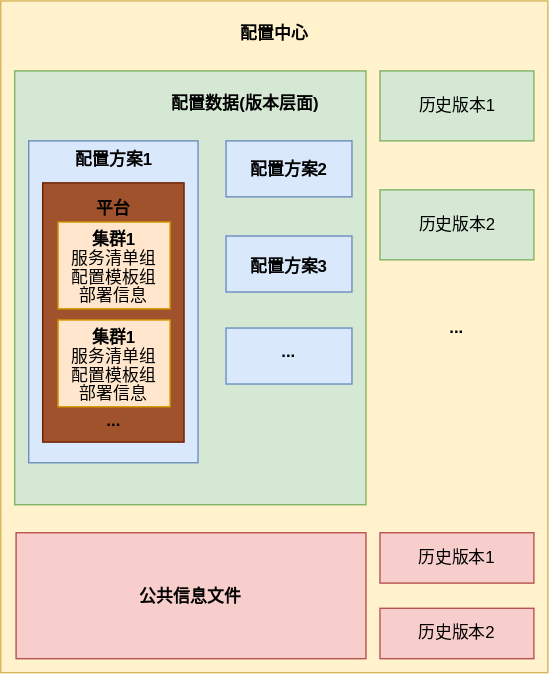
Above: docs/需求规格说明书/svg/信息层级v3.1.svg in dalgorithm-bastar/configer (draw.io), before the change. Source tidied: cells renumbered, new cells last; positions are measured from the earlier drawing's top-left corner, leaving out a move shared by most shapes. The source it was exported from:
```xml
<mxGraphModel>
  <root>
    <mxCell id="0" />
    <mxCell id="1" parent="0" />
    <mxCell id="2" style="html=1;fillColor=#fff2cc;strokeColor=#d6b656;" parent="1" vertex="1">
      <mxGeometry width="391" height="480" as="geometry" />
    </mxCell>
    <mxCell id="3" style="html=1;fillColor=#d5e8d4;strokeColor=#82b366;" parent="1" vertex="1">
      <mxGeometry x="10" y="50" width="251" height="310" as="geometry" />
    </mxCell>
    <mxCell id="4" style="html=1;fillColor=#dae8fc;strokeColor=#6c8ebf;" parent="1" vertex="1">
      <mxGeometry x="20" y="100" width="121" height="230" as="geometry" />
    </mxCell>
    <mxCell id="5" style="html=1;fillColor=#a0522d;strokeColor=#6D1F00;fontColor=#ffffff;" parent="1" vertex="1">
      <mxGeometry x="30" y="130" width="101" height="185.2" as="geometry" />
    </mxCell>
    <mxCell id="6" style="html=1;fillColor=#ffe6cc;strokeColor=#d79b00;" parent="1" vertex="1">
      <mxGeometry x="41" y="158" width="80" height="62" as="geometry" />
    </mxCell>
    <mxCell id="7" value="..." style="text;align=center;fontStyle=1;verticalAlign=middle;spacingLeft=3;spacingRight=3;strokeColor=none;" parent="1" vertex="1">
      <mxGeometry x="41" y="289.2" width="80" height="20" as="geometry" />
    </mxCell>
    <mxCell id="8" value="配置方案1" style="text;align=center;fontStyle=1;verticalAlign=middle;spacingLeft=3;spacingRight=3;strokeColor=none;" parent="1" vertex="1">
      <mxGeometry x="41" y="100" width="80" height="26" as="geometry" />
    </mxCell>
    <mxCell id="9" value="配置数据(版本层面)" style="text;align=center;fontStyle=1;verticalAlign=middle;spacingLeft=3;spacingRight=3;strokeColor=none;" parent="1" vertex="1">
      <mxGeometry x="135" y="60" width="80" height="26" as="geometry" />
    </mxCell>
    <mxCell id="10" style="html=1;fillColor=#dae8fc;strokeColor=#6c8ebf;" parent="1" vertex="1">
      <mxGeometry x="161" y="100" width="90" height="40" as="geometry" />
    </mxCell>
    <mxCell id="11" value="配置方案2" style="text;align=center;fontStyle=1;verticalAlign=middle;spacingLeft=3;spacingRight=3;strokeColor=none;" parent="1" vertex="1">
      <mxGeometry x="176" y="107" width="60" height="26" as="geometry" />
    </mxCell>
    <mxCell id="12" style="html=1;fillColor=#dae8fc;strokeColor=#6c8ebf;" parent="1" vertex="1">
      <mxGeometry x="161" y="168" width="90" height="40" as="geometry" />
    </mxCell>
    <mxCell id="13" style="html=1;fillColor=#dae8fc;strokeColor=#6c8ebf;" parent="1" vertex="1">
      <mxGeometry x="161" y="233.8" width="90" height="40" as="geometry" />
    </mxCell>
    <mxCell id="14" value="配置方案3" style="text;align=center;fontStyle=1;verticalAlign=middle;spacingLeft=3;spacingRight=3;strokeColor=none;" parent="1" vertex="1">
      <mxGeometry x="176" y="177.5" width="60" height="23" as="geometry" />
    </mxCell>
    <mxCell id="15" value="..." style="text;align=center;fontStyle=1;verticalAlign=middle;spacingLeft=3;spacingRight=3;strokeColor=none;" parent="1" vertex="1">
      <mxGeometry x="171" y="238.5" width="70" height="23" as="geometry" />
    </mxCell>
    <mxCell id="16" value="配置中心" style="text;align=center;fontStyle=1;verticalAlign=middle;spacingLeft=3;spacingRight=3;strokeColor=none;" parent="1" vertex="1">
      <mxGeometry x="155.5" y="10" width="80" height="26" as="geometry" />
    </mxCell>
    <mxCell id="17" value="历史版本1" style="html=1;fillColor=#d5e8d4;strokeColor=#82b366;" parent="1" vertex="1">
      <mxGeometry x="271" y="50" width="110" height="50" as="geometry" />
    </mxCell>
    <mxCell id="18" value="历史版本2" style="html=1;fillColor=#d5e8d4;strokeColor=#82b366;" parent="1" vertex="1">
      <mxGeometry x="271" y="135" width="110" height="50" as="geometry" />
    </mxCell>
    <mxCell id="19" value="..." style="text;align=center;fontStyle=1;verticalAlign=middle;spacingLeft=3;spacingRight=3;strokeColor=none;" parent="1" vertex="1">
      <mxGeometry x="286" y="220" width="80" height="26" as="geometry" />
    </mxCell>
    <mxCell id="20" style="rounded=0;whiteSpace=wrap;html=1;fillColor=#f8cecc;strokeColor=#b85450;" parent="1" vertex="1">
      <mxGeometry x="11" y="380" width="250" height="90" as="geometry" />
    </mxCell>
    <mxCell id="21" value="公共信息文件" style="text;align=center;fontStyle=1;verticalAlign=middle;spacingLeft=3;spacingRight=3;strokeColor=none;" parent="1" vertex="1">
      <mxGeometry x="81" y="412" width="110" height="26" as="geometry" />
    </mxCell>
    <mxCell id="22" value="集群1" style="text;align=center;fontStyle=1;verticalAlign=middle;spacingLeft=3;spacingRight=3;strokeColor=none;" parent="1" vertex="1">
      <mxGeometry x="41" y="158" width="80" height="24" as="geometry" />
    </mxCell>
    <mxCell id="23" value="服务清单组" style="text;align=center;fontStyle=0;verticalAlign=middle;spacingLeft=3;spacingRight=3;strokeColor=none;" parent="1" vertex="1">
      <mxGeometry x="41" y="171.8" width="80" height="24" as="geometry" />
    </mxCell>
    <mxCell id="24" value="配置模板组" style="text;align=center;fontStyle=0;verticalAlign=middle;spacingLeft=3;spacingRight=3;strokeColor=none;" parent="1" vertex="1">
      <mxGeometry x="41" y="185" width="80" height="24" as="geometry" />
    </mxCell>
    <mxCell id="25" value="历史版本1" style="rounded=0;whiteSpace=wrap;html=1;fillColor=#f8cecc;strokeColor=#b85450;" parent="1" vertex="1">
      <mxGeometry x="271" y="380" width="110" height="36" as="geometry" />
    </mxCell>
    <mxCell id="26" value="历史版本2" style="rounded=0;whiteSpace=wrap;html=1;fillColor=#f8cecc;strokeColor=#b85450;" parent="1" vertex="1">
      <mxGeometry x="271" y="434" width="110" height="36" as="geometry" />
    </mxCell>
    <mxCell id="27" value="部署信息" style="text;align=center;fontStyle=0;verticalAlign=middle;spacingLeft=3;spacingRight=3;strokeColor=none;" parent="1" vertex="1">
      <mxGeometry x="41" y="198.2" width="80" height="24" as="geometry" />
    </mxCell>
    <mxCell id="28" style="html=1;fillColor=#ffe6cc;strokeColor=#d79b00;" parent="1" vertex="1">
      <mxGeometry x="41" y="228" width="80" height="62" as="geometry" />
    </mxCell>
    <mxCell id="29" value="集群1" style="text;align=center;fontStyle=1;verticalAlign=middle;spacingLeft=3;spacingRight=3;strokeColor=none;" parent="1" vertex="1">
      <mxGeometry x="41" y="228" width="80" height="24" as="geometry" />
    </mxCell>
    <mxCell id="30" value="服务清单组" style="text;align=center;fontStyle=0;verticalAlign=middle;spacingLeft=3;spacingRight=3;strokeColor=none;" parent="1" vertex="1">
      <mxGeometry x="41" y="241.8" width="80" height="24" as="geometry" />
    </mxCell>
    <mxCell id="31" value="配置模板组" style="text;align=center;fontStyle=0;verticalAlign=middle;spacingLeft=3;spacingRight=3;strokeColor=none;" parent="1" vertex="1">
      <mxGeometry x="41" y="255" width="80" height="24" as="geometry" />
    </mxCell>
    <mxCell id="32" value="部署信息" style="text;align=center;fontStyle=0;verticalAlign=middle;spacingLeft=3;spacingRight=3;strokeColor=none;" parent="1" vertex="1">
      <mxGeometry x="41" y="268.2" width="80" height="24" as="geometry" />
    </mxCell>
    <mxCell id="33" value="平台" style="text;align=center;fontStyle=1;verticalAlign=middle;spacingLeft=3;spacingRight=3;strokeColor=none;" parent="1" vertex="1">
      <mxGeometry x="40.5" y="135" width="80" height="26" as="geometry" />
    </mxCell>
  </root>
</mxGraphModel>
```
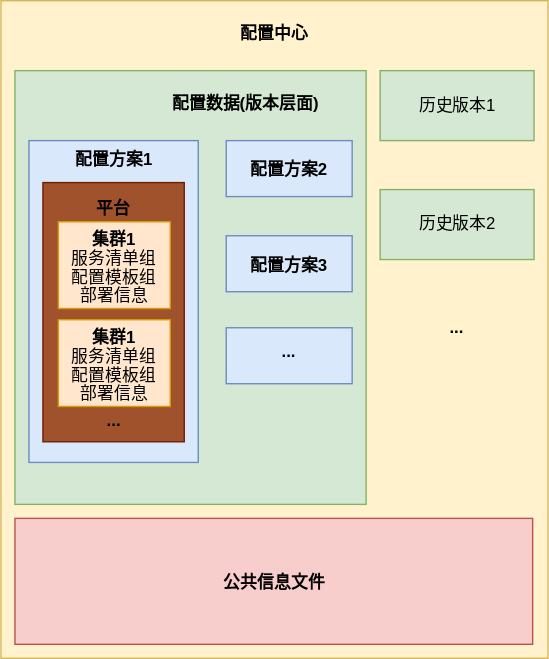
Later version of the same file.

What changed in the source:
```diff
@@ -3,7 +3,7 @@
     <mxCell id="0" />
     <mxCell id="1" parent="0" />
     <mxCell id="2" style="html=1;fillColor=#fff2cc;strokeColor=#d6b656;" parent="1" vertex="1">
-      <mxGeometry width="391" height="480" as="geometry" />
+      <mxGeometry width="391" height="470" as="geometry" />
     </mxCell>
     <mxCell id="3" style="html=1;fillColor=#d5e8d4;strokeColor=#82b366;" parent="1" vertex="1">
       <mxGeometry x="10" y="50" width="251" height="310" as="geometry" />
@@ -57,10 +57,10 @@
       <mxGeometry x="286" y="220" width="80" height="26" as="geometry" />
     </mxCell>
     <mxCell id="20" style="rounded=0;whiteSpace=wrap;html=1;fillColor=#f8cecc;strokeColor=#b85450;" parent="1" vertex="1">
-      <mxGeometry x="11" y="380" width="250" height="90" as="geometry" />
+      <mxGeometry x="10" y="370" width="370" height="90" as="geometry" />
     </mxCell>
     <mxCell id="21" value="公共信息文件" style="text;align=center;fontStyle=1;verticalAlign=middle;spacingLeft=3;spacingRight=3;strokeColor=none;" parent="1" vertex="1">
-      <mxGeometry x="81" y="412" width="110" height="26" as="geometry" />
+      <mxGeometry x="141" y="402" width="110" height="26" as="geometry" />
     </mxCell>
     <mxCell id="22" value="集群1" style="text;align=center;fontStyle=1;verticalAlign=middle;spacingLeft=3;spacingRight=3;strokeColor=none;" parent="1" vertex="1">
       <mxGeometry x="41" y="158" width="80" height="24" as="geometry" />
@@ -71,12 +71,6 @@
     <mxCell id="24" value="配置模板组" style="text;align=center;fontStyle=0;verticalAlign=middle;spacingLeft=3;spacingRight=3;strokeColor=none;" parent="1" vertex="1">
       <mxGeometry x="41" y="185" width="80" height="24" as="geometry" />
     </mxCell>
-    <mxCell id="25" value="历史版本1" style="rounded=0;whiteSpace=wrap;html=1;fillColor=#f8cecc;strokeColor=#b85450;" parent="1" vertex="1">
-      <mxGeometry x="271" y="380" width="110" height="36" as="geometry" />
-    </mxCell>
-    <mxCell id="26" value="历史版本2" style="rounded=0;whiteSpace=wrap;html=1;fillColor=#f8cecc;strokeColor=#b85450;" parent="1" vertex="1">
-      <mxGeometry x="271" y="434" width="110" height="36" as="geometry" />
-    </mxCell>
     <mxCell id="27" value="部署信息" style="text;align=center;fontStyle=0;verticalAlign=middle;spacingLeft=3;spacingRight=3;strokeColor=none;" parent="1" vertex="1">
       <mxGeometry x="41" y="198.2" width="80" height="24" as="geometry" />
     </mxCell>
```
